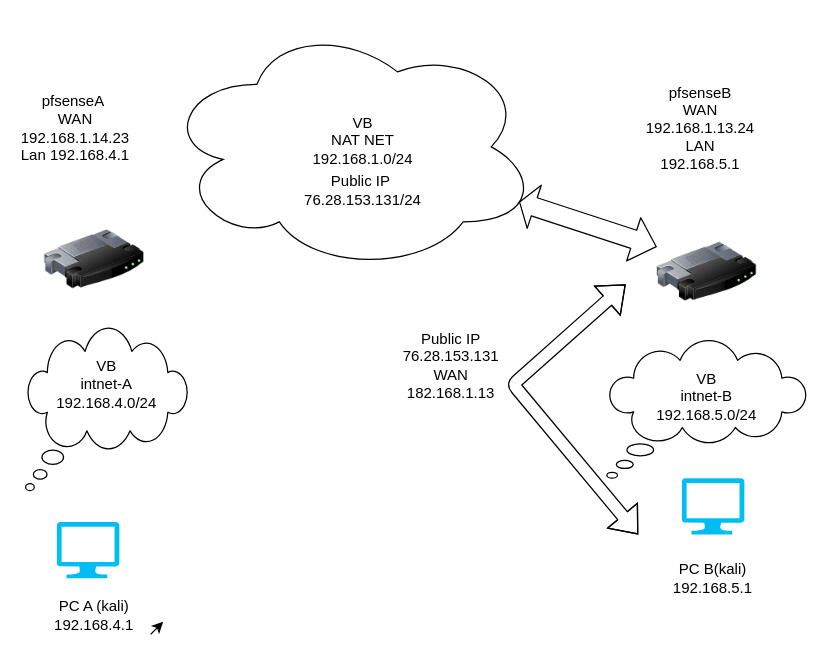
Earlier version of the draw.io diagram 301/lab5.drawio (KrustyKode/ops_challenges). Source tidied: cells renumbered, new cells numbered last; positions are measured from the earlier drawing's top-left corner, leaving out a move shared by most shapes. Both pictures are drawn from the tidied source at 125%, with x=0, y=0 at pixel (25, 21).
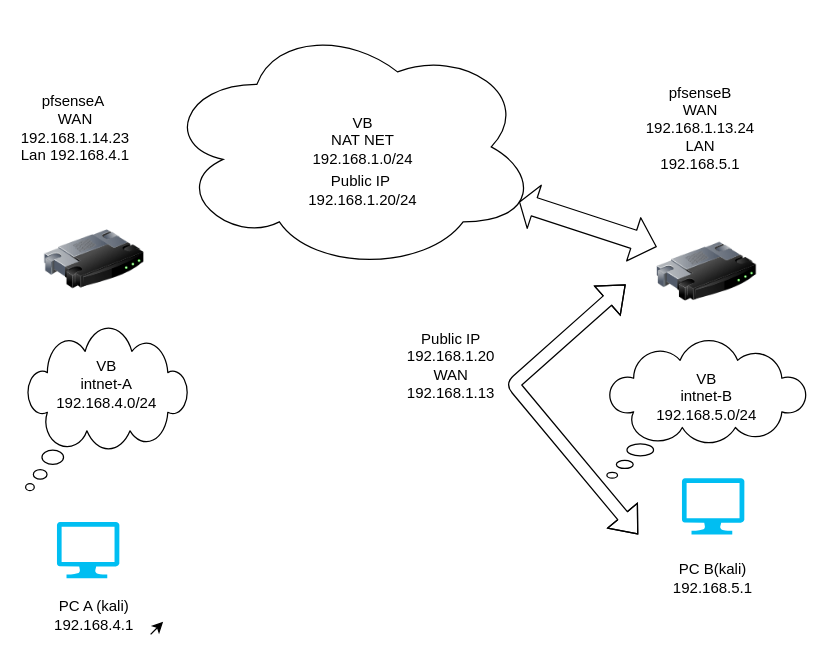
After the change.

The edit, as a diff of the source:
```diff
@@
-    <mxCell id="19" value="Public IP&amp;nbsp;&lt;br&gt;76.28.153.131/24" style="text;html=1;strokeColor=none;fillColor=none;align=center;verticalAlign=middle;whiteSpace=wrap;rounded=0;" parent="1" vertex="1">
+    <mxCell id="19" value="Public IP&amp;nbsp;&lt;br&gt;192.168.1.20/24" style="text;html=1;strokeColor=none;fillColor=none;align=center;verticalAlign=middle;whiteSpace=wrap;rounded=0;" parent="1" vertex="1">
       <mxGeometry x="240" y="120" width="60" height="30" as="geometry" />
     </mxCell>
-    <mxCell id="20" value="Public IP&lt;br&gt;76.28.153.131&lt;br&gt;WAN&lt;br&gt;182.168.1.13" style="text;html=1;align=center;verticalAlign=middle;strokeColor=none;fillColor=none;" parent="1" vertex="1">
-      <mxGeometry x="290" y="240" width="100" height="70" as="geometry" />
+    <mxCell id="20" value="Public IP&lt;br&gt;192.168.1.20&lt;br&gt;WAN&lt;br&gt;192.168.1.13" style="text;html=1;align=center;verticalAlign=middle;strokeColor=none;fillColor=none;" parent="1" vertex="1">
+      <mxGeometry x="295" y="240" width="90" height="70" as="geometry" />
     </mxCell>
```
